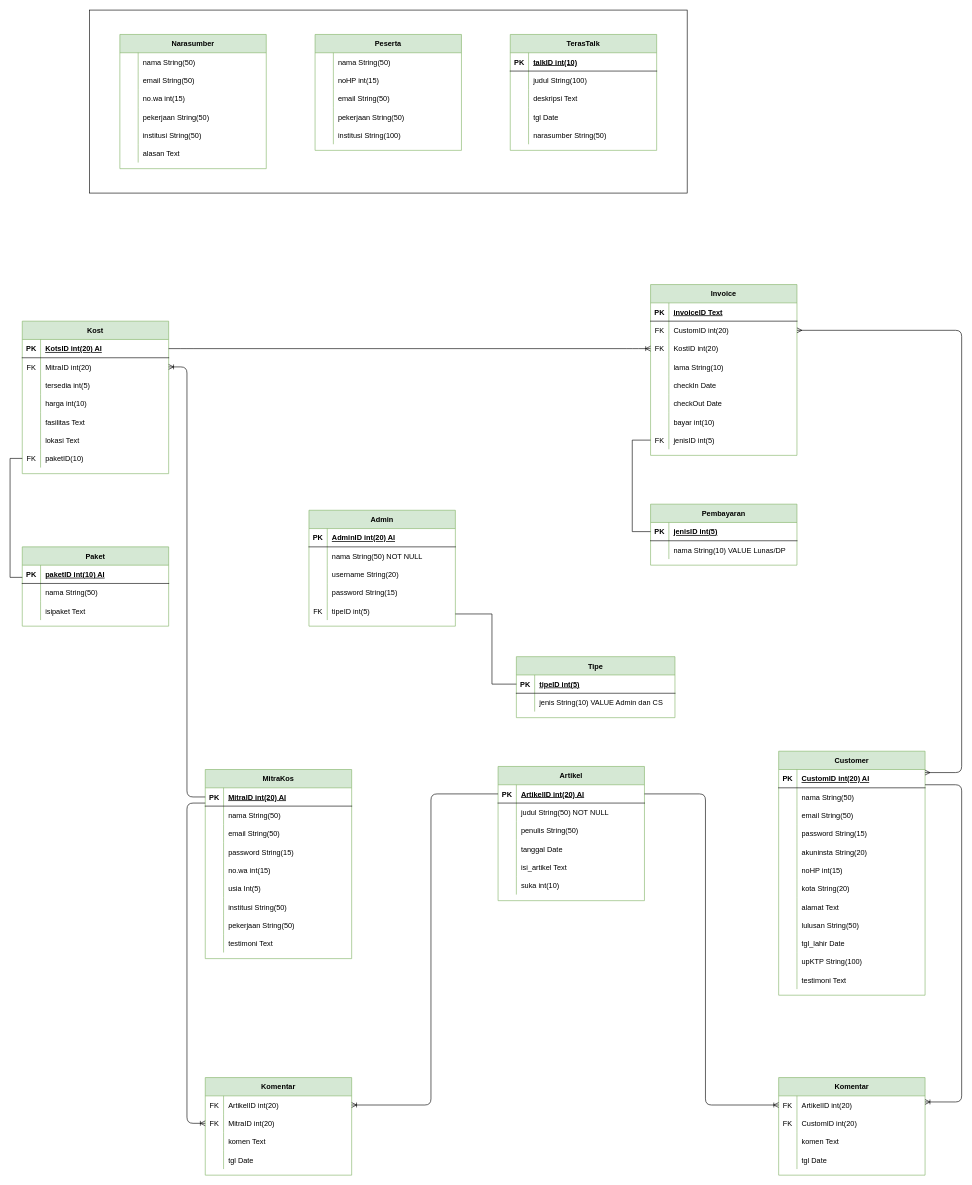
Above: ERD TerasKos.drawio in sendy452/DIagram-Model (draw.io), before the change. Source tidied: cells renumbered, new cells numbered last; positions are measured from the earlier drawing's top-left corner, leaving out a move shared by most shapes. Both pictures are drawn from the tidied source at 61%, with x=0, y=0 at pixel (10, 10).
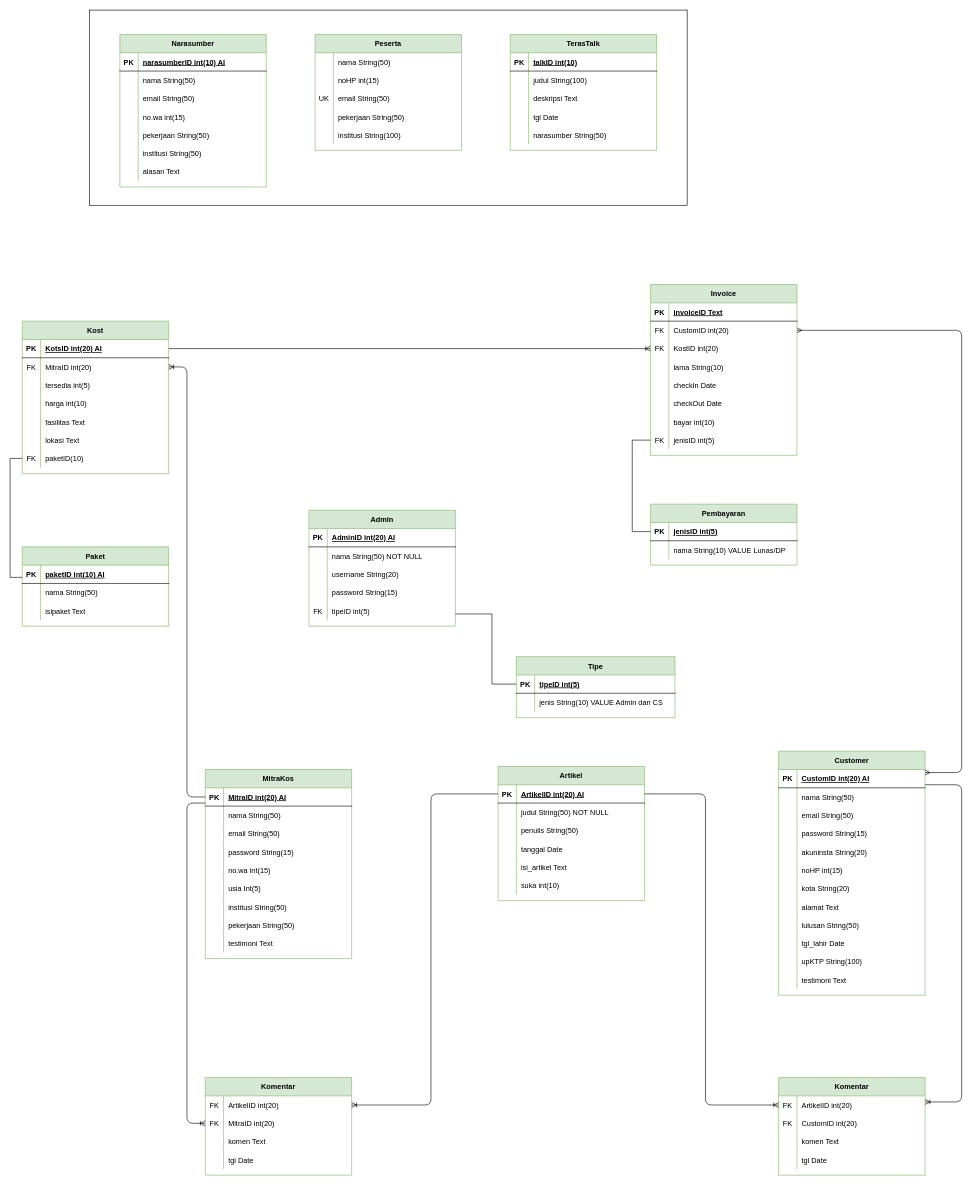
The same page after the edit.

Unchanged cells that the change refers to:
```xml
<mxCell id="227" style="shape=partialRectangle;fillColor=none;top=0;left=0;bottom=0;right=0;" parent="220" vertex="1">
  <mxGeometry y="90" width="240" height="30" as="geometry" />
</mxCell>
```

Change to the diagram source:
```diff
@@
     <mxCell id="2" style="rounded=0;whiteSpace=wrap;html=1;" parent="1" vertex="1">
-      <mxGeometry x="130" width="980" height="300" as="geometry" />
+      <mxGeometry x="130" width="980" height="320" as="geometry" />
     </mxCell>
@@
     <mxCell id="103" value="Narasumber" style="shape=table;startSize=30;childLayout=tableLayout;rowLines=0;fontStyle=1;align=center;fillColor=#d5e8d4;strokeColor=#82b366;" parent="1" vertex="1">
-      <mxGeometry x="180" y="40" width="240" height="220" as="geometry" />
+      <mxGeometry x="180" y="40" width="240" height="250" as="geometry" />
     </mxCell>
+    <mxCell id="261" style="shape=partialRectangle;fillColor=none;top=0;left=0;bottom=1;right=0;" parent="103" vertex="1">
+      <mxGeometry y="30" width="240" height="30" as="geometry" />
+    </mxCell>
+    <mxCell id="262" value="PK" style="shape=partialRectangle;fillColor=none;top=0;left=0;bottom=0;right=0;fontStyle=1;overflow=hidden;" parent="261" vertex="1">
+      <mxGeometry width="30" height="30" as="geometry" />
+    </mxCell>
+    <mxCell id="263" value="narasumberID int(10) AI" style="shape=partialRectangle;fillColor=none;top=0;left=0;bottom=0;right=0;align=left;spacingLeft=6;fontStyle=5;overflow=hidden;" parent="261" vertex="1">
+      <mxGeometry x="30" width="210" height="30" as="geometry" />
+    </mxCell>
     <mxCell id="104" style="shape=partialRectangle;fillColor=none;top=0;left=0;bottom=0;right=0;" parent="103" vertex="1">
-      <mxGeometry y="30" width="240" height="30" as="geometry" />
+      <mxGeometry y="60" width="240" height="30" as="geometry" />
     </mxCell>
@@
     <mxCell id="107" style="shape=partialRectangle;fillColor=none;top=0;left=0;bottom=0;right=0;" parent="103" vertex="1">
-      <mxGeometry y="60" width="240" height="30" as="geometry" />
+      <mxGeometry y="90" width="240" height="30" as="geometry" />
     </mxCell>
@@
     <mxCell id="110" style="shape=partialRectangle;fillColor=none;top=0;left=0;bottom=0;right=0;" parent="103" vertex="1">
-      <mxGeometry y="90" width="240" height="30" as="geometry" />
+      <mxGeometry y="120" width="240" height="30" as="geometry" />
     </mxCell>
@@
     <mxCell id="113" style="shape=partialRectangle;fillColor=none;top=0;left=0;bottom=0;right=0;" parent="103" vertex="1">
-      <mxGeometry y="120" width="240" height="30" as="geometry" />
+      <mxGeometry y="150" width="240" height="30" as="geometry" />
     </mxCell>
@@
     <mxCell id="116" style="shape=partialRectangle;fillColor=none;top=0;left=0;bottom=0;right=0;" parent="103" vertex="1">
-      <mxGeometry y="150" width="240" height="30" as="geometry" />
+      <mxGeometry y="180" width="240" height="30" as="geometry" />
     </mxCell>
@@
     <mxCell id="119" style="shape=partialRectangle;fillColor=none;top=0;left=0;bottom=0;right=0;" parent="103" vertex="1">
-      <mxGeometry y="180" width="240" height="30" as="geometry" />
+      <mxGeometry y="210" width="240" height="30" as="geometry" />
     </mxCell>
@@
-    <mxCell id="228" style="shape=partialRectangle;fillColor=none;top=0;left=0;bottom=0;right=0;overflow=hidden;" parent="227" vertex="1">
+    <mxCell id="228" value="UK" style="shape=partialRectangle;fillColor=none;top=0;left=0;bottom=0;right=0;overflow=hidden;" parent="227" vertex="1">
       <mxGeometry width="30" height="30" as="geometry" />
     </mxCell>
```
